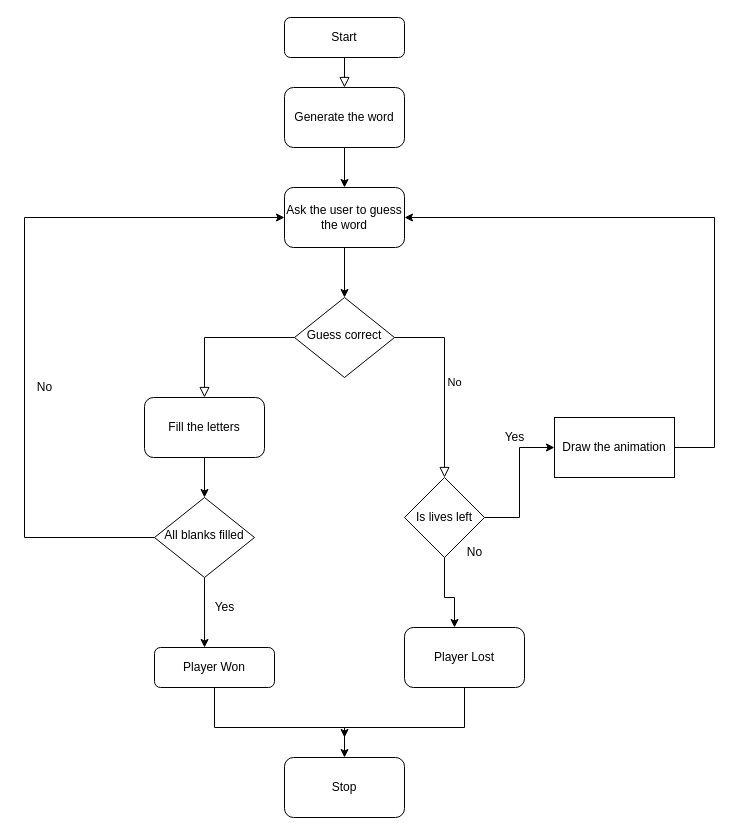
Before: 100Day Challenge/Day 7/hangmanflowchart.drawio in tamilselvanyes/Python, a draw.io diagram. Source tidied: cells renumbered, new cells numbered last; positions are measured from the earlier drawing's top-left corner, leaving out a move shared by most shapes. Both pictures are drawn from the tidied source at 100%, with x=0, y=0 at pixel (24, 17).
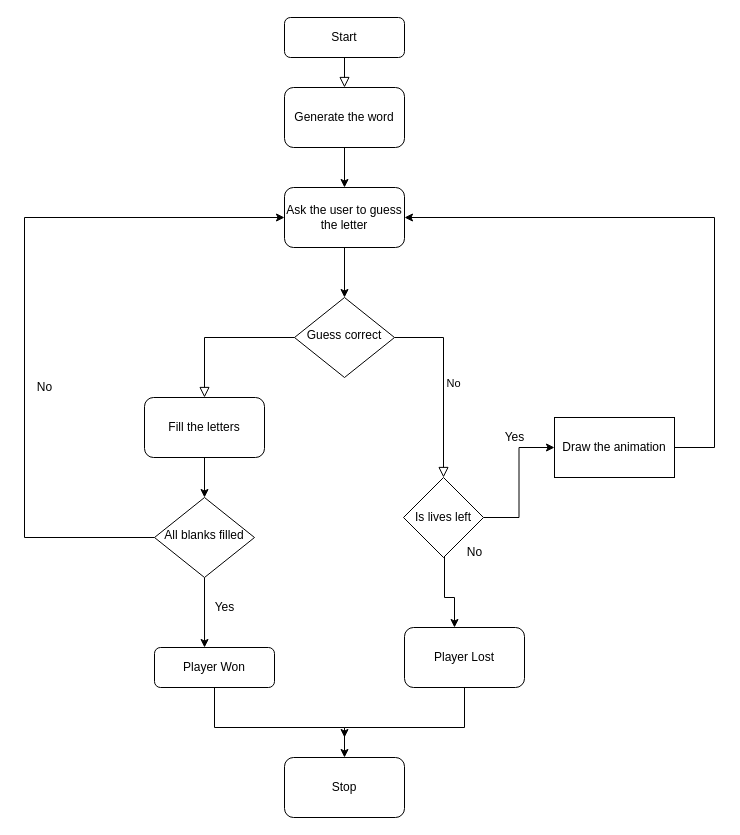
Above is the later version.

Commit message (it also covers changes not shown here):
basic hangman completed

Change to the diagram source:
```diff
@@
-    <mxCell id="14" value="Ask the user to guess the word" style="rounded=1;whiteSpace=wrap;html=1;" parent="1" vertex="1">
+    <mxCell id="14" value="Ask the user to guess the letter" style="rounded=1;whiteSpace=wrap;html=1;" parent="1" vertex="1">
       <mxGeometry x="260" y="170" width="120" height="60" as="geometry" />
     </mxCell>
@@
     <mxCell id="17" value="Is lives left" style="rhombus;whiteSpace=wrap;html=1;" parent="1" vertex="1">
-      <mxGeometry x="380" y="460" width="80" height="80" as="geometry" />
+      <mxGeometry x="379" y="460" width="80" height="80" as="geometry" />
     </mxCell>
```
